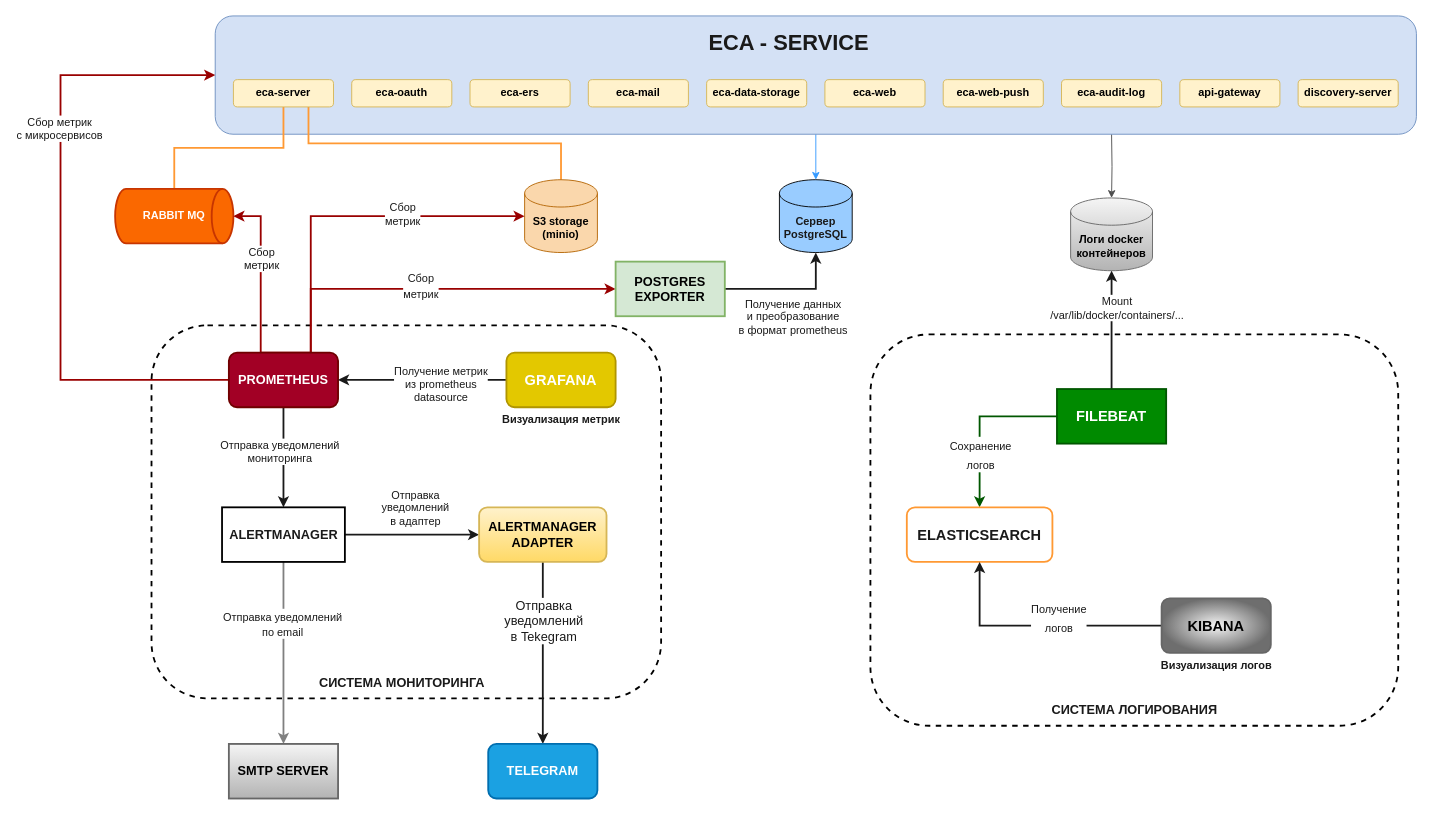
Before: doc/schemas/eca-service-ss-architecture.drawio in Stonnos/eca-service, a draw.io diagram. Source tidied: cells renumbered, new cells numbered last; positions are measured from the earlier drawing's top-left corner, leaving out a move shared by most shapes. Both pictures are drawn from the tidied source at 91%, with x=0, y=0 at pixel (60, 15).
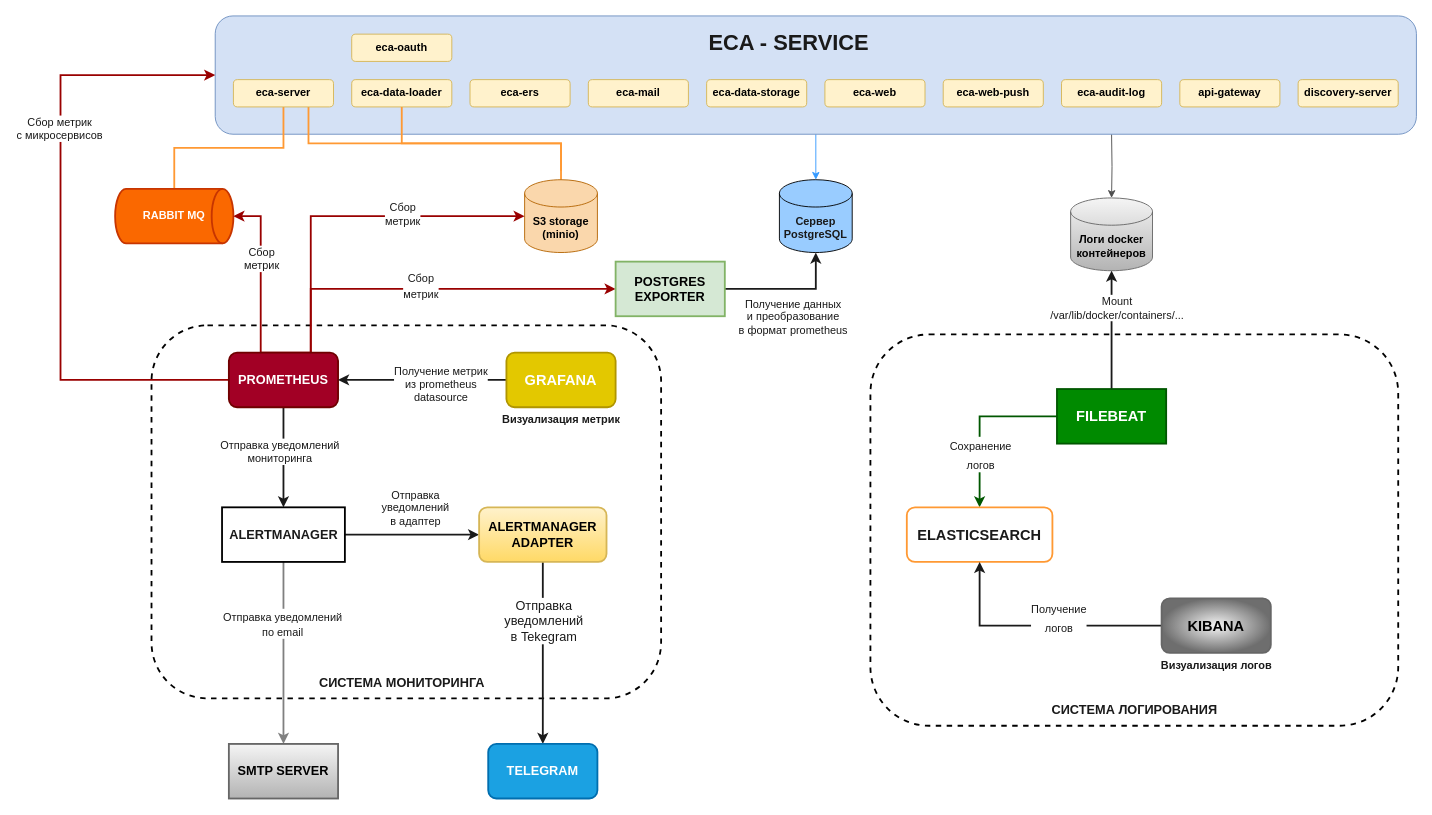
After the change.

What changed in the source:
```diff
@@
     <mxCell id="12" value="&lt;b&gt;eca-oauth&lt;/b&gt;" style="rounded=1;whiteSpace=wrap;html=1;fillColor=#fff2cc;strokeColor=#d6b656;" parent="1" vertex="1">
-      <mxGeometry x="320" y="70" width="110" height="30" as="geometry" />
+      <mxGeometry x="320" y="20" width="110" height="30" as="geometry" />
     </mxCell>
@@
+    <mxCell id="64" value="&lt;b&gt;eca-data-loader&lt;/b&gt;" style="rounded=1;whiteSpace=wrap;html=1;fillColor=#fff2cc;strokeColor=#d6b656;" parent="1" vertex="1">
+      <mxGeometry x="320" y="70" width="110" height="30" as="geometry" />
+    </mxCell>
+    <mxCell id="65" style="edgeStyle=orthogonalEdgeStyle;rounded=0;jettySize=auto;html=1;exitX=0.5;exitY=1;exitDx=0;exitDy=0;fontColor=#FFFFFF;endArrow=none;endFill=0;strokeColor=#FF9933;strokeWidth=2;" parent="1" edge="1" source="64">
+      <mxGeometry relative="1" as="geometry">
+        <mxPoint x="550" y="170" as="targetPoint" />
+        <Array as="points">
+          <mxPoint x="375" y="140" />
+          <mxPoint x="550" y="140" />
+        </Array>
+      </mxGeometry>
+    </mxCell>
```
